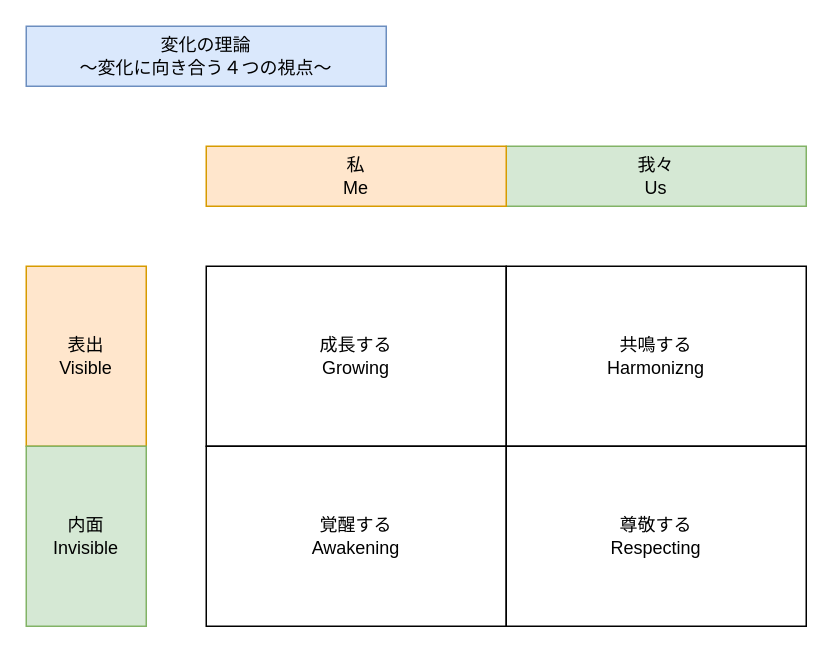
The draw.io diagram qiita_eki_100.drawio in YossyIto/booklog_drowio, before the edit. Source tidied: cells renumbered, new cells numbered last; positions are measured from the earlier drawing's top-left corner, leaving out a move shared by most shapes. Both pictures are drawn from the tidied source at 150%, with x=0, y=0 at pixel (26, 26).
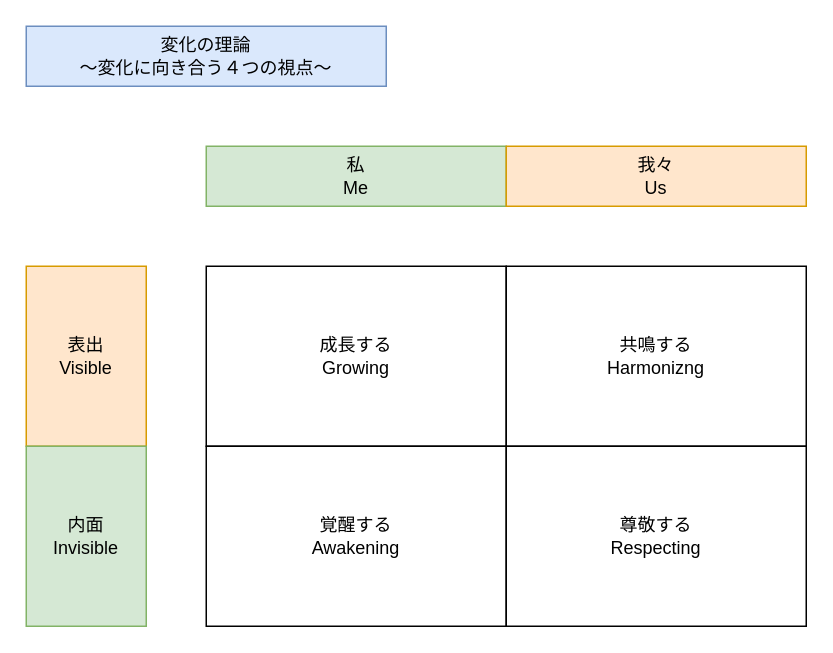
The same page after the edit.

Commit message (it also covers changes not shown here):
qiita_eki_100.drawio を更新します

The edit, as a diff of the source:
```diff
@@
 <mxGraphModel>
   <root>
     <mxCell id="0" />
     <mxCell id="1" parent="0" />
     <mxCell id="2" value="変化の理論&lt;div&gt;～変化に向き合う４つの視点～&lt;/div&gt;" style="text;html=1;align=center;verticalAlign=middle;whiteSpace=wrap;rounded=0;fillColor=#dae8fc;strokeColor=#6c8ebf;" parent="1" vertex="1">
       <mxGeometry width="240" height="40" as="geometry" />
     </mxCell>
-    <mxCell id="3" value="我々&lt;div&gt;Us&lt;/div&gt;" style="rounded=0;whiteSpace=wrap;html=1;fillColor=#d5e8d4;strokeColor=#82b366;" parent="1" vertex="1">
-      <mxGeometry x="320" y="80" width="200" height="40" as="geometry" />
+    <mxCell id="3" value="私&lt;br&gt;Me" style="rounded=0;whiteSpace=wrap;html=1;fillColor=#d5e8d4;strokeColor=#82b366;" parent="1" vertex="1">
+      <mxGeometry x="120" y="80" width="200" height="40" as="geometry" />
     </mxCell>
-    <mxCell id="4" value="私&lt;div&gt;Me&lt;/div&gt;" style="rounded=0;whiteSpace=wrap;html=1;fillColor=#ffe6cc;strokeColor=#d79b00;" parent="1" vertex="1">
-      <mxGeometry x="120" y="80" width="200" height="40" as="geometry" />
+    <mxCell id="4" value="我々&lt;div&gt;Us&lt;/div&gt;" style="rounded=0;whiteSpace=wrap;html=1;fillColor=#ffe6cc;strokeColor=#d79b00;" parent="1" vertex="1">
+      <mxGeometry x="320" y="80" width="200" height="40" as="geometry" />
     </mxCell>
     <mxCell id="5" value="表出&lt;div&gt;Visible&lt;/div&gt;" style="rounded=0;whiteSpace=wrap;html=1;fillColor=#ffe6cc;strokeColor=#d79b00;" parent="1" vertex="1">
       <mxGeometry y="160" width="80" height="120" as="geometry" />
     </mxCell>
     <mxCell id="6" value="内面&lt;div&gt;Invisible&lt;/div&gt;" style="rounded=0;whiteSpace=wrap;html=1;fillColor=#d5e8d4;strokeColor=#82b366;" parent="1" vertex="1">
       <mxGeometry y="280" width="80" height="120" as="geometry" />
     </mxCell>
     <mxCell id="7" value="成長する&lt;div&gt;Growing&lt;/div&gt;" style="rounded=0;whiteSpace=wrap;html=1;" parent="1" vertex="1">
       <mxGeometry x="120" y="160" width="200" height="120" as="geometry" />
     </mxCell>
     <mxCell id="8" value="覚醒する&lt;div&gt;Awakening&lt;/div&gt;" style="rounded=0;whiteSpace=wrap;html=1;" parent="1" vertex="1">
       <mxGeometry x="120" y="280" width="200" height="120" as="geometry" />
     </mxCell>
     <mxCell id="9" value="共鳴する&lt;div&gt;Harmonizng&lt;/div&gt;" style="rounded=0;whiteSpace=wrap;html=1;" parent="1" vertex="1">
       <mxGeometry x="320" y="160" width="200" height="120" as="geometry" />
     </mxCell>
     <mxCell id="10" value="尊敬する&lt;div&gt;Respecting&lt;/div&gt;" style="rounded=0;whiteSpace=wrap;html=1;" parent="1" vertex="1">
       <mxGeometry x="320" y="280" width="200" height="120" as="geometry" />
     </mxCell>
   </root>
 </mxGraphModel>
```
